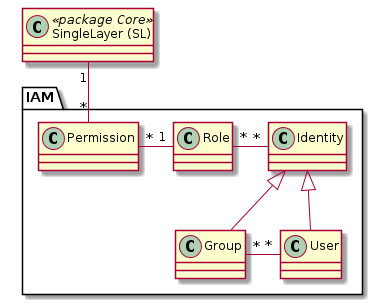
This is simi/doc/puml/rendered/simi_iam.png from sogis/simi, a PlantUML export, as it was before one commit. Source of this version:
```plantuml
@startuml
package IAM {
class "Identity" as ident
class "Group" as grp
class "User" as usr
class "Role" as role
class "Permission" as perm

ident <|-- grp
ident <|-- usr

perm "*" -right- "1" role
role "*" -right- "*" ident
grp "*" -right- "*" usr
}

class "SingleLayer (SL)" as sl << package Core >>
sl "1" -- "*" perm
@enduml
```
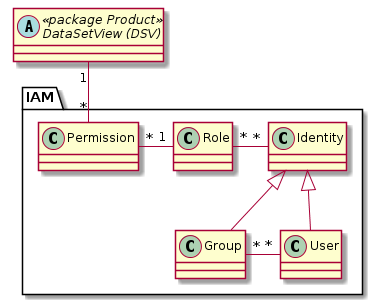
After the commit.

Commit message:
Skript: PUML-Diagramme der Simi-Dokumentation regeneriert und beigefügt

The edit, as a diff of the source:
```diff
@@ -1,4 +1,6 @@
 @startuml
+abstract class "DataSetView (DSV)" as dsv << package Product >>
+
 package IAM {
 class "Identity" as ident
 class "Group" as grp
@@ -14,6 +16,5 @@
 grp "*" -right- "*" usr
 }
 
-class "SingleLayer (SL)" as sl << package Core >>
-sl "1" -- "*" perm
+dsv "1" -- "*" perm
 @enduml
```
